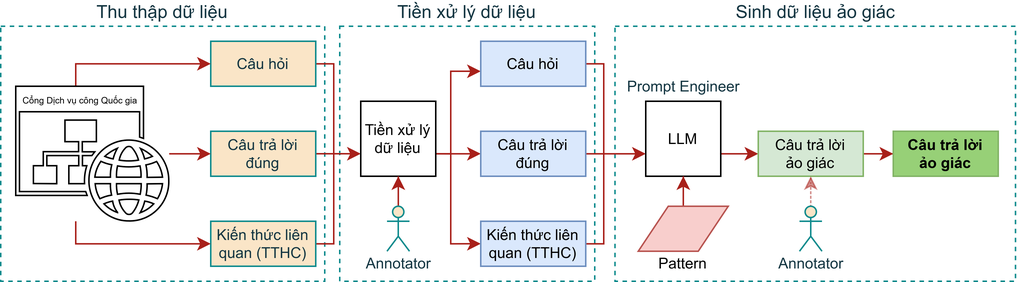
fabyanbui/Public-Sector-Application keeps this draw.io diagram as E_Analyze/Slide-generate.png. Above is the earlier version. Source tidied: cells renumbered, new cells last; positions are measured from the earlier drawing's top-left corner, leaving out a move shared by most shapes.
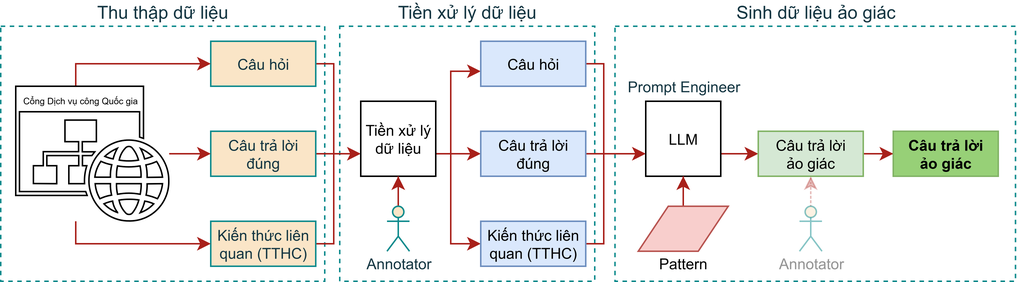
After the commit.

What changed in the source:
```diff
@@ -159,10 +159,10 @@
     <mxCell id="33" value="Câu trả lời&lt;div&gt;ảo giác&lt;/div&gt;" style="rounded=0;whiteSpace=wrap;html=1;strokeColor=#82b366;fillColor=#97D077;fontSize=10;labelBackgroundColor=none;fontStyle=1;" parent="1" vertex="1">
       <mxGeometry x="595" y="70" width="70" height="30" as="geometry" />
     </mxCell>
-    <mxCell id="34" style="edgeStyle=orthogonalEdgeStyle;jettySize=auto;html=1;strokeColor=#A8201A;fontColor=#143642;fillColor=#FAE5C7;rounded=0;fontSize=10;endSize=6;dashed=1;dashPattern=1 2;fillOpacity=50;strokeOpacity=50;" parent="1" edge="1" source="35" target="32">
+    <mxCell id="34" style="edgeStyle=orthogonalEdgeStyle;jettySize=auto;html=1;strokeColor=#A8201A;fontColor=#143642;fillColor=#FAE5C7;rounded=0;fontSize=10;endSize=6;dashed=1;dashPattern=1 2;fillOpacity=100;strokeOpacity=100;opacity=30;" parent="1" edge="1" source="35" target="32">
       <mxGeometry relative="1" as="geometry" />
     </mxCell>
-    <mxCell id="35" value="Annotator" style="shape=umlActor;verticalLabelPosition=bottom;verticalAlign=top;html=1;outlineConnect=0;strokeColor=#0F8B8D;fontColor=#143642;fillColor=#FAE5C7;fontSize=10;spacingBottom=0;spacingTop=-4;rounded=0;" parent="1" vertex="1">
+    <mxCell id="35" value="&lt;font style=&quot;color: rgb(149, 149, 149);&quot;&gt;Annotator&lt;/font&gt;" style="shape=umlActor;verticalLabelPosition=bottom;verticalAlign=top;html=1;outlineConnect=0;strokeColor=#0F8B8D;fontColor=#143642;fillColor=#FAE5C7;fontSize=10;spacingBottom=0;spacingTop=-4;rounded=0;opacity=50;" parent="1" vertex="1">
       <mxGeometry x="532.5" y="120" width="15" height="30" as="geometry" />
     </mxCell>
     <mxCell id="36" value="Prompt Engineer" style="text;html=1;align=center;verticalAlign=middle;strokeColor=none;fillColor=none;fontColor=#143642;fontSize=10;" parent="1" vertex="1">
```
